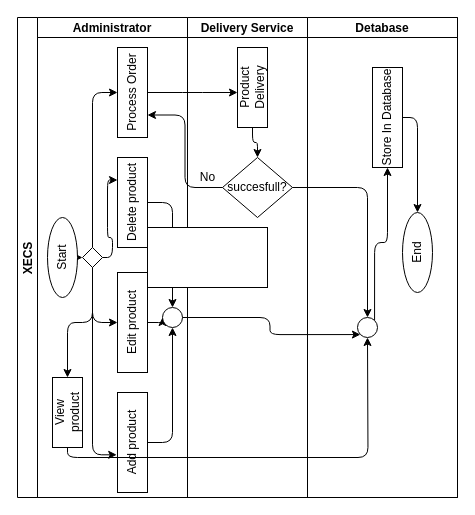
Before: Software-Requirement-Specification/Swimlane-Diagrams/Level-1.3.drawio in fiercePanda007/SPL2-EcommerceWebApp, a draw.io diagram. Source tidied: cells renumbered, new cells numbered last; positions are measured from the earlier drawing's top-left corner, leaving out a move shared by most shapes. Both pictures are drawn from the tidied source at 100%, with x=0, y=0 at pixel (17, 17).
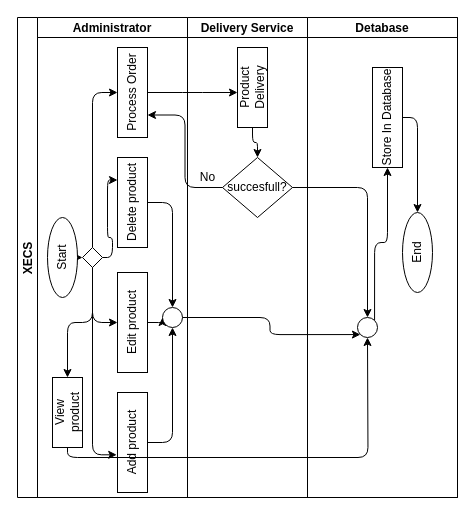
The same page after the edit.

The edit, as a diff of the source:
```diff
@@
-    <mxCell id="36" style="rounded=0;whiteSpace=wrap;html=1;" parent="1" vertex="1">
-      <mxGeometry x="130" y="210" width="120" height="60" as="geometry" />
-    </mxCell>
```
